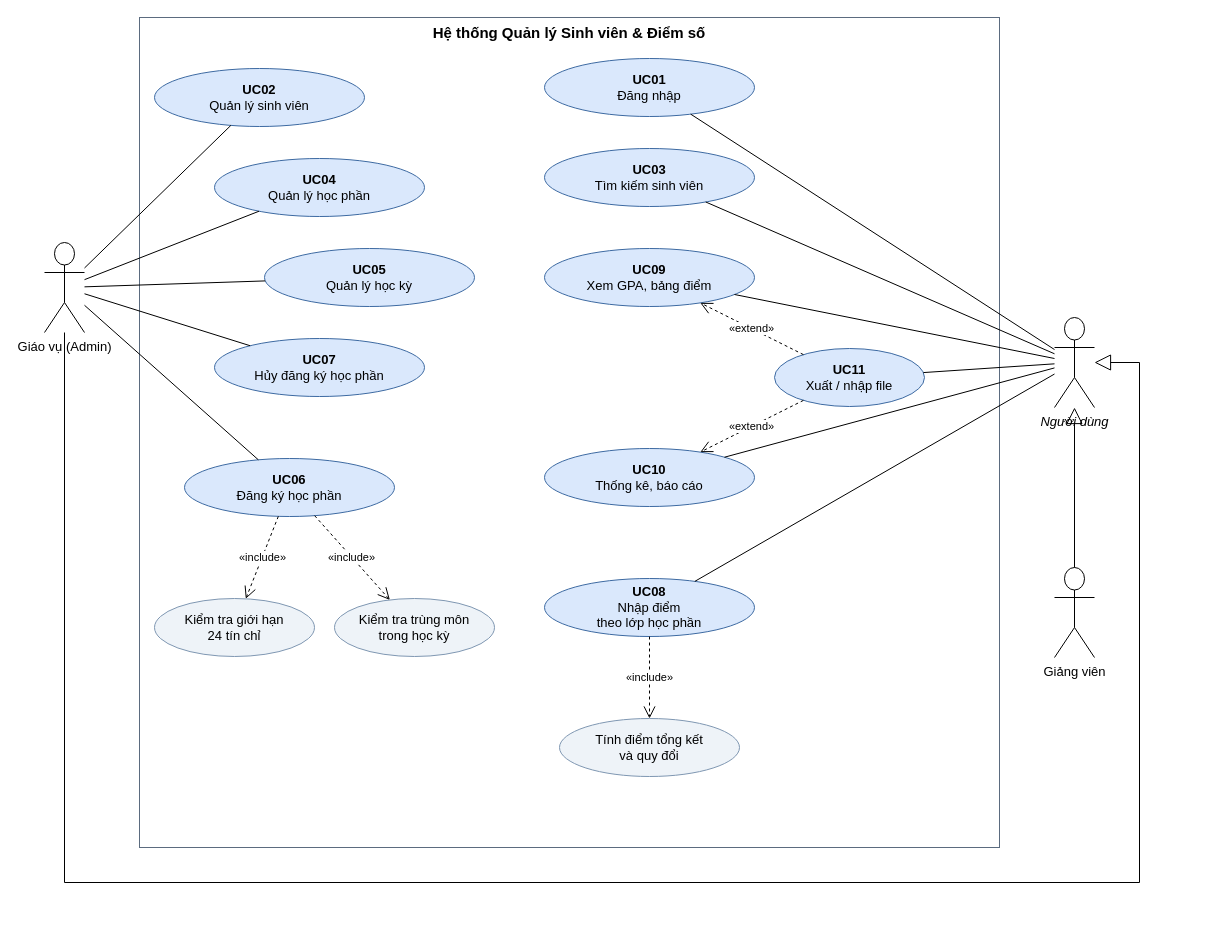
The draw.io diagram docs/use-case.drawio in thang30102002/quan-ly-sinh-vien, before the edit. Source tidied: cells renumbered, new cells numbered last; positions are measured from the earlier drawing's top-left corner, leaving out a move shared by most shapes. Both pictures are drawn from the tidied source at 100%, with x=0, y=0 at pixel (44, 17).
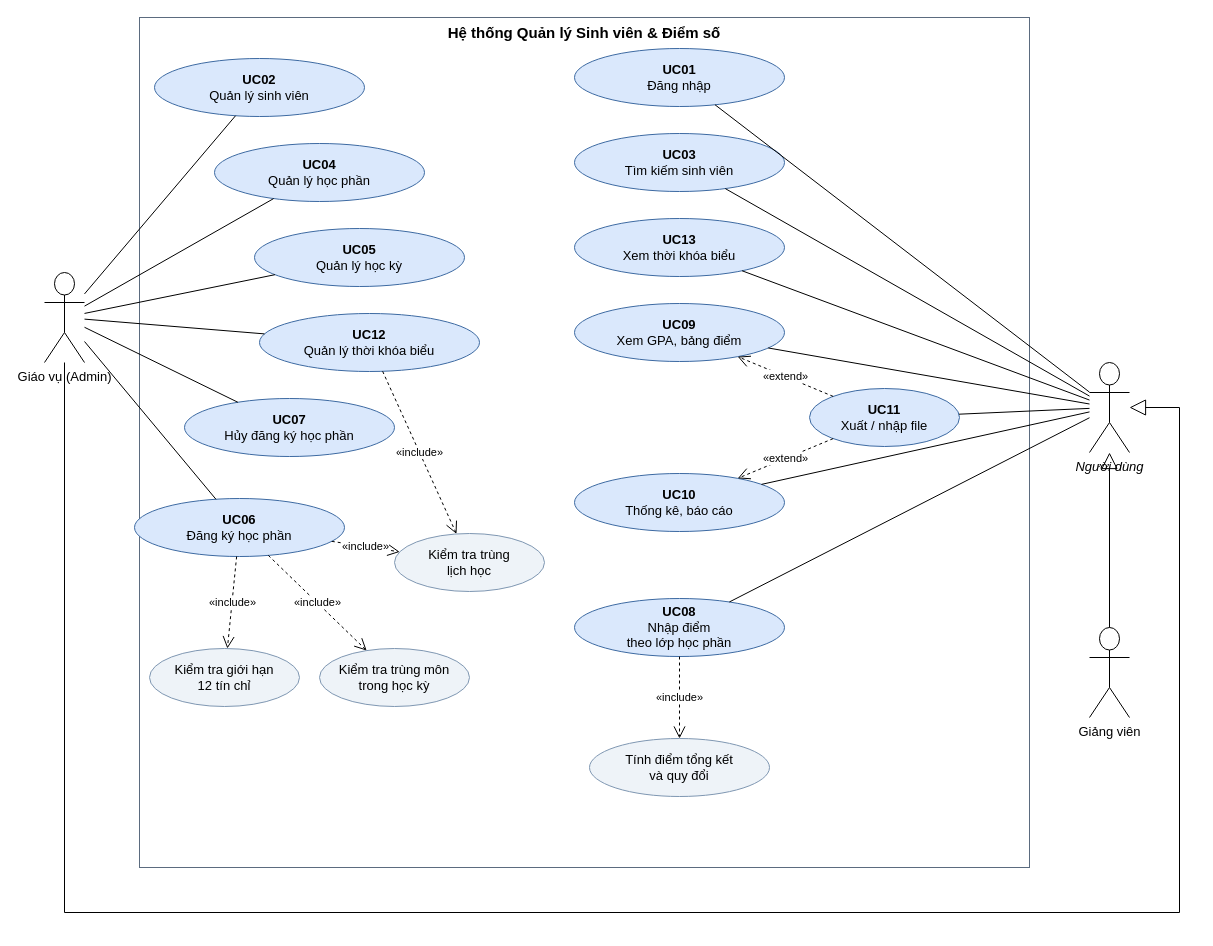
The same page after the edit.

Commit message (it also covers changes not shown here):
docs(#1): cập nhật sơ đồ use case với thời khóa biểu và kiểm tra trùng lịch

Diff of the diagram source:
```diff
@@
     <mxCell id="2" value="Hệ thống Quản lý Sinh viên &amp; Điểm số" style="rounded=0;whiteSpace=wrap;html=1;verticalAlign=top;fontStyle=1;fillColor=none;strokeColor=#5b6b7f;fontFamily=Helvetica;fontSize=13;fontSize=15;" parent="1" vertex="1">
-      <mxGeometry x="95" width="860" height="830" as="geometry" />
+      <mxGeometry x="95" width="890" height="850" as="geometry" />
     </mxCell>
     <mxCell id="3" value="&lt;b&gt;UC02&lt;/b&gt;&lt;br&gt;Quản lý sinh viên" style="ellipse;whiteSpace=wrap;html=1;fillColor=#dae8fc;strokeColor=#3d6aa2;fontFamily=Helvetica;fontSize=13;" parent="1" vertex="1">
-      <mxGeometry x="110" y="51" width="210" height="58" as="geometry" />
+      <mxGeometry x="110" y="41" width="210" height="58" as="geometry" />
     </mxCell>
     <mxCell id="4" value="&lt;b&gt;UC04&lt;/b&gt;&lt;br&gt;Quản lý học phần" style="ellipse;whiteSpace=wrap;html=1;fillColor=#dae8fc;strokeColor=#3d6aa2;fontFamily=Helvetica;fontSize=13;" parent="1" vertex="1">
-      <mxGeometry x="170" y="141" width="210" height="58" as="geometry" />
+      <mxGeometry x="170" y="126" width="210" height="58" as="geometry" />
     </mxCell>
     <mxCell id="5" value="&lt;b&gt;UC05&lt;/b&gt;&lt;br&gt;Quản lý học kỳ" style="ellipse;whiteSpace=wrap;html=1;fillColor=#dae8fc;strokeColor=#3d6aa2;fontFamily=Helvetica;fontSize=13;" parent="1" vertex="1">
-      <mxGeometry x="220" y="231" width="210" height="58" as="geometry" />
+      <mxGeometry x="210" y="211" width="210" height="58" as="geometry" />
     </mxCell>
+    <mxCell id="38" value="&lt;b&gt;UC12&lt;/b&gt;&lt;br&gt;Quản lý thời khóa biểu" style="ellipse;whiteSpace=wrap;html=1;fillColor=#dae8fc;strokeColor=#3d6aa2;fontFamily=Helvetica;fontSize=13;" parent="1" vertex="1">
+      <mxGeometry x="215" y="296" width="220" height="58" as="geometry" />
+    </mxCell>
     <mxCell id="6" value="&lt;b&gt;UC07&lt;/b&gt;&lt;br&gt;Hủy đăng ký học phần" style="ellipse;whiteSpace=wrap;html=1;fillColor=#dae8fc;strokeColor=#3d6aa2;fontFamily=Helvetica;fontSize=13;" parent="1" vertex="1">
-      <mxGeometry x="170" y="321" width="210" height="58" as="geometry" />
+      <mxGeometry x="140" y="381" width="210" height="58" as="geometry" />
     </mxCell>
     <mxCell id="7" value="&lt;b&gt;UC06&lt;/b&gt;&lt;br&gt;Đăng ký học phần" style="ellipse;whiteSpace=wrap;html=1;fillColor=#dae8fc;strokeColor=#3d6aa2;fontFamily=Helvetica;fontSize=13;" parent="1" vertex="1">
-      <mxGeometry x="140" y="441" width="210" height="58" as="geometry" />
+      <mxGeometry x="90" y="481" width="210" height="58" as="geometry" />
     </mxCell>
-    <mxCell id="8" value="Kiểm tra giới hạn&lt;br&gt;24 tín chỉ" style="ellipse;whiteSpace=wrap;html=1;fillColor=#eef3f8;strokeColor=#7f97b2;fontFamily=Helvetica;fontSize=13;" parent="1" vertex="1">
-      <mxGeometry x="110" y="581" width="160" height="58" as="geometry" />
+    <mxCell id="8" value="Kiểm tra giới hạn&lt;br&gt;12 tín chỉ" style="ellipse;whiteSpace=wrap;html=1;fillColor=#eef3f8;strokeColor=#7f97b2;fontFamily=Helvetica;fontSize=13;" parent="1" vertex="1">
+      <mxGeometry x="105" y="631" width="150" height="58" as="geometry" />
     </mxCell>
     <mxCell id="9" value="Kiểm tra trùng môn&lt;br&gt;trong học kỳ" style="ellipse;whiteSpace=wrap;html=1;fillColor=#eef3f8;strokeColor=#7f97b2;fontFamily=Helvetica;fontSize=13;" parent="1" vertex="1">
-      <mxGeometry x="290" y="581" width="160" height="58" as="geometry" />
+      <mxGeometry x="275" y="631" width="150" height="58" as="geometry" />
     </mxCell>
+    <mxCell id="39" value="Kiểm tra trùng&lt;br&gt;lịch học" style="ellipse;whiteSpace=wrap;html=1;fillColor=#eef3f8;strokeColor=#7f97b2;fontFamily=Helvetica;fontSize=13;" parent="1" vertex="1">
+      <mxGeometry x="350" y="516" width="150" height="58" as="geometry" />
+    </mxCell>
     <mxCell id="10" value="&lt;b&gt;UC01&lt;/b&gt;&lt;br&gt;Đăng nhập" style="ellipse;whiteSpace=wrap;html=1;fillColor=#dae8fc;strokeColor=#3d6aa2;fontFamily=Helvetica;fontSize=13;" parent="1" vertex="1">
-      <mxGeometry x="500" y="41" width="210" height="58" as="geometry" />
+      <mxGeometry x="530" y="31" width="210" height="58" as="geometry" />
     </mxCell>
     <mxCell id="11" value="&lt;b&gt;UC03&lt;/b&gt;&lt;br&gt;Tìm kiếm sinh viên" style="ellipse;whiteSpace=wrap;html=1;fillColor=#dae8fc;strokeColor=#3d6aa2;fontFamily=Helvetica;fontSize=13;" parent="1" vertex="1">
-      <mxGeometry x="500" y="131" width="210" height="58" as="geometry" />
+      <mxGeometry x="530" y="116" width="210" height="58" as="geometry" />
     </mxCell>
+    <mxCell id="40" value="&lt;b&gt;UC13&lt;/b&gt;&lt;br&gt;Xem thời khóa biểu" style="ellipse;whiteSpace=wrap;html=1;fillColor=#dae8fc;strokeColor=#3d6aa2;fontFamily=Helvetica;fontSize=13;" parent="1" vertex="1">
+      <mxGeometry x="530" y="201" width="210" height="58" as="geometry" />
+    </mxCell>
     <mxCell id="12" value="&lt;b&gt;UC09&lt;/b&gt;&lt;br&gt;Xem GPA, bảng điểm" style="ellipse;whiteSpace=wrap;html=1;fillColor=#dae8fc;strokeColor=#3d6aa2;fontFamily=Helvetica;fontSize=13;" parent="1" vertex="1">
-      <mxGeometry x="500" y="231" width="210" height="58" as="geometry" />
+      <mxGeometry x="530" y="286" width="210" height="58" as="geometry" />
     </mxCell>
     <mxCell id="13" value="&lt;b&gt;UC11&lt;/b&gt;&lt;br&gt;Xuất / nhập file" style="ellipse;whiteSpace=wrap;html=1;fillColor=#dae8fc;strokeColor=#3d6aa2;fontFamily=Helvetica;fontSize=13;" parent="1" vertex="1">
-      <mxGeometry x="730" y="331" width="150" height="58" as="geometry" />
+      <mxGeometry x="765" y="371" width="150" height="58" as="geometry" />
     </mxCell>
     <mxCell id="14" value="&lt;b&gt;UC10&lt;/b&gt;&lt;br&gt;Thống kê, báo cáo" style="ellipse;whiteSpace=wrap;html=1;fillColor=#dae8fc;strokeColor=#3d6aa2;fontFamily=Helvetica;fontSize=13;" parent="1" vertex="1">
-      <mxGeometry x="500" y="431" width="210" height="58" as="geometry" />
+      <mxGeometry x="530" y="456" width="210" height="58" as="geometry" />
     </mxCell>
     <mxCell id="15" value="&lt;b&gt;UC08&lt;/b&gt;&lt;br&gt;Nhập điểm&lt;br&gt;theo lớp học phần" style="ellipse;whiteSpace=wrap;html=1;fillColor=#dae8fc;strokeColor=#3d6aa2;fontFamily=Helvetica;fontSize=13;" parent="1" vertex="1">
-      <mxGeometry x="500" y="561" width="210" height="58" as="geometry" />
+      <mxGeometry x="530" y="581" width="210" height="58" as="geometry" />
     </mxCell>
     <mxCell id="16" value="Tính điểm tổng kết&lt;br&gt;và quy đổi" style="ellipse;whiteSpace=wrap;html=1;fillColor=#eef3f8;strokeColor=#7f97b2;fontFamily=Helvetica;fontSize=13;" parent="1" vertex="1">
-      <mxGeometry x="515" y="701" width="180" height="58" as="geometry" />
+      <mxGeometry x="545" y="721" width="180" height="58" as="geometry" />
     </mxCell>
     <mxCell id="17" value="Giáo vụ (Admin)" style="shape=umlActor;verticalLabelPosition=bottom;verticalAlign=top;html=1;outlineConnect=0;fontFamily=Helvetica;fontSize=13;" parent="1" vertex="1">
-      <mxGeometry y="225" width="40" height="90" as="geometry" />
+      <mxGeometry y="255" width="40" height="90" as="geometry" />
     </mxCell>
     <mxCell id="18" value="Người dùng" style="shape=umlActor;verticalLabelPosition=bottom;verticalAlign=top;html=1;outlineConnect=0;fontFamily=Helvetica;fontSize=13;fontStyle=2;" parent="1" vertex="1">
-      <mxGeometry x="1010" y="300" width="40" height="90" as="geometry" />
+      <mxGeometry x="1045" y="345" width="40" height="90" as="geometry" />
     </mxCell>
     <mxCell id="19" value="Giảng viên" style="shape=umlActor;verticalLabelPosition=bottom;verticalAlign=top;html=1;outlineConnect=0;fontFamily=Helvetica;fontSize=13;" parent="1" vertex="1">
-      <mxGeometry x="1010" y="550" width="40" height="90" as="geometry" />
+      <mxGeometry x="1045" y="610" width="40" height="90" as="geometry" />
     </mxCell>
@@
-    <mxCell id="23" style="endArrow=none;html=1;fontFamily=Helvetica;fontSize=13;fontSize=11;labelBackgroundColor=#ffffff;" parent="1" edge="1" source="17" target="6">
+    <mxCell id="23" style="endArrow=none;html=1;fontFamily=Helvetica;fontSize=13;fontSize=11;labelBackgroundColor=#ffffff;" parent="1" edge="1" source="17" target="38">
       <mxGeometry relative="1" as="geometry" />
     </mxCell>
-    <mxCell id="24" style="endArrow=none;html=1;fontFamily=Helvetica;fontSize=13;fontSize=11;labelBackgroundColor=#ffffff;" parent="1" edge="1" source="17" target="7">
+    <mxCell id="24" style="endArrow=none;html=1;fontFamily=Helvetica;fontSize=13;fontSize=11;labelBackgroundColor=#ffffff;" parent="1" edge="1" source="17" target="6">
       <mxGeometry relative="1" as="geometry" />
     </mxCell>
-    <mxCell id="25" style="endArrow=none;html=1;fontFamily=Helvetica;fontSize=13;fontSize=11;labelBackgroundColor=#ffffff;" parent="1" edge="1" source="18" target="10">
+    <mxCell id="25" style="endArrow=none;html=1;fontFamily=Helvetica;fontSize=13;fontSize=11;labelBackgroundColor=#ffffff;" parent="1" edge="1" source="17" target="7">
       <mxGeometry relative="1" as="geometry" />
     </mxCell>
-    <mxCell id="26" style="endArrow=none;html=1;fontFamily=Helvetica;fontSize=13;fontSize=11;labelBackgroundColor=#ffffff;" parent="1" edge="1" source="18" target="11">
+    <mxCell id="26" style="endArrow=none;html=1;fontFamily=Helvetica;fontSize=13;fontSize=11;labelBackgroundColor=#ffffff;" parent="1" edge="1" source="18" target="10">
       <mxGeometry relative="1" as="geometry" />
     </mxCell>
-    <mxCell id="27" style="endArrow=none;html=1;fontFamily=Helvetica;fontSize=13;fontSize=11;labelBackgroundColor=#ffffff;" parent="1" edge="1" source="18" target="12">
+    <mxCell id="27" style="endArrow=none;html=1;fontFamily=Helvetica;fontSize=13;fontSize=11;labelBackgroundColor=#ffffff;" parent="1" edge="1" source="18" target="11">
       <mxGeometry relative="1" as="geometry" />
     </mxCell>
-    <mxCell id="28" style="endArrow=none;html=1;fontFamily=Helvetica;fontSize=13;fontSize=11;labelBackgroundColor=#ffffff;" parent="1" edge="1" source="18" target="13">
+    <mxCell id="28" style="endArrow=none;html=1;fontFamily=Helvetica;fontSize=13;fontSize=11;labelBackgroundColor=#ffffff;" parent="1" edge="1" source="18" target="40">
       <mxGeometry relative="1" as="geometry" />
     </mxCell>
-    <mxCell id="29" style="endArrow=none;html=1;fontFamily=Helvetica;fontSize=13;fontSize=11;labelBackgroundColor=#ffffff;" parent="1" edge="1" source="18" target="14">
+    <mxCell id="29" style="endArrow=none;html=1;fontFamily=Helvetica;fontSize=13;fontSize=11;labelBackgroundColor=#ffffff;" parent="1" edge="1" source="18" target="12">
       <mxGeometry relative="1" as="geometry" />
     </mxCell>
-    <mxCell id="30" style="endArrow=none;html=1;fontFamily=Helvetica;fontSize=13;fontSize=11;labelBackgroundColor=#ffffff;" parent="1" edge="1" source="18" target="15">
+    <mxCell id="30" style="endArrow=none;html=1;fontFamily=Helvetica;fontSize=13;fontSize=11;labelBackgroundColor=#ffffff;" parent="1" edge="1" source="18" target="13">
       <mxGeometry relative="1" as="geometry" />
     </mxCell>
-    <mxCell id="31" value="«include»" style="endArrow=open;dashed=1;html=1;endSize=10;fontFamily=Helvetica;fontSize=13;fontSize=11;labelBackgroundColor=#ffffff;" parent="1" edge="1" source="7" target="8">
+    <mxCell id="31" style="endArrow=none;html=1;fontFamily=Helvetica;fontSize=13;fontSize=11;labelBackgroundColor=#ffffff;" parent="1" edge="1" source="18" target="14">
       <mxGeometry relative="1" as="geometry" />
     </mxCell>
-    <mxCell id="32" value="«include»" style="endArrow=open;dashed=1;html=1;endSize=10;fontFamily=Helvetica;fontSize=13;fontSize=11;labelBackgroundColor=#ffffff;" parent="1" edge="1" source="7" target="9">
+    <mxCell id="32" style="endArrow=none;html=1;fontFamily=Helvetica;fontSize=13;fontSize=11;labelBackgroundColor=#ffffff;" parent="1" edge="1" source="18" target="15">
       <mxGeometry relative="1" as="geometry" />
     </mxCell>
-    <mxCell id="33" value="«include»" style="endArrow=open;dashed=1;html=1;endSize=10;fontFamily=Helvetica;fontSize=13;fontSize=11;labelBackgroundColor=#ffffff;" parent="1" edge="1" source="15" target="16">
+    <mxCell id="33" value="«include»" style="endArrow=open;dashed=1;html=1;endSize=10;fontFamily=Helvetica;fontSize=13;fontSize=11;labelBackgroundColor=#ffffff;" parent="1" edge="1" source="7" target="8">
       <mxGeometry relative="1" as="geometry" />
     </mxCell>
-    <mxCell id="34" value="«extend»" style="endArrow=open;dashed=1;html=1;endSize=10;fontFamily=Helvetica;fontSize=13;fontSize=11;labelBackgroundColor=#ffffff;" parent="1" edge="1" source="13" target="12">
+    <mxCell id="34" value="«include»" style="endArrow=open;dashed=1;html=1;endSize=10;fontFamily=Helvetica;fontSize=13;fontSize=11;labelBackgroundColor=#ffffff;" parent="1" edge="1" source="7" target="9">
       <mxGeometry relative="1" as="geometry" />
     </mxCell>
-    <mxCell id="35" value="«extend»" style="endArrow=open;dashed=1;html=1;endSize=10;fontFamily=Helvetica;fontSize=13;fontSize=11;labelBackgroundColor=#ffffff;" parent="1" edge="1" source="13" target="14">
+    <mxCell id="35" value="«include»" style="endArrow=open;dashed=1;html=1;endSize=10;fontFamily=Helvetica;fontSize=13;fontSize=11;labelBackgroundColor=#ffffff;" parent="1" edge="1" source="7" target="39">
       <mxGeometry relative="1" as="geometry" />
     </mxCell>
-    <mxCell id="36" style="endArrow=block;endFill=0;html=1;endSize=14;fontFamily=Helvetica;fontSize=13;fontSize=11;labelBackgroundColor=#ffffff;" parent="1" edge="1" source="19" target="18">
+    <mxCell id="36" value="«include»" style="endArrow=open;dashed=1;html=1;endSize=10;fontFamily=Helvetica;fontSize=13;fontSize=11;labelBackgroundColor=#ffffff;" parent="1" edge="1" source="38" target="39">
       <mxGeometry relative="1" as="geometry" />
     </mxCell>
+    <mxCell id="41" value="«include»" style="endArrow=open;dashed=1;html=1;endSize=10;fontFamily=Helvetica;fontSize=13;fontSize=11;labelBackgroundColor=#ffffff;" parent="1" edge="1" source="15" target="16">
+      <mxGeometry relative="1" as="geometry" />
+    </mxCell>
+    <mxCell id="42" value="«extend»" style="endArrow=open;dashed=1;html=1;endSize=10;fontFamily=Helvetica;fontSize=13;fontSize=11;labelBackgroundColor=#ffffff;" parent="1" edge="1" source="13" target="12">
+      <mxGeometry relative="1" as="geometry" />
+    </mxCell>
+    <mxCell id="43" value="«extend»" style="endArrow=open;dashed=1;html=1;endSize=10;fontFamily=Helvetica;fontSize=13;fontSize=11;labelBackgroundColor=#ffffff;" parent="1" edge="1" source="13" target="14">
+      <mxGeometry relative="1" as="geometry" />
+    </mxCell>
+    <mxCell id="44" style="endArrow=block;endFill=0;html=1;endSize=14;fontFamily=Helvetica;fontSize=13;fontSize=11;labelBackgroundColor=#ffffff;" parent="1" edge="1" source="19" target="18">
+      <mxGeometry relative="1" as="geometry" />
+    </mxCell>
     <mxCell id="37" style="endArrow=block;endFill=0;html=1;endSize=14;rounded=0;exitX=0.5;exitY=1;exitDx=0;exitDy=35;entryX=1;entryY=0.5;" parent="1" edge="1" source="17" target="18">
       <mxGeometry relative="1" as="geometry">
         <Array as="points">
-          <mxPoint x="20" y="865" />
-          <mxPoint x="1095" y="865" />
-          <mxPoint x="1095" y="345" />
+          <mxPoint x="20" y="895" />
+          <mxPoint x="1135" y="895" />
+          <mxPoint x="1135" y="390" />
         </Array>
       </mxGeometry>
     </mxCell>
```
